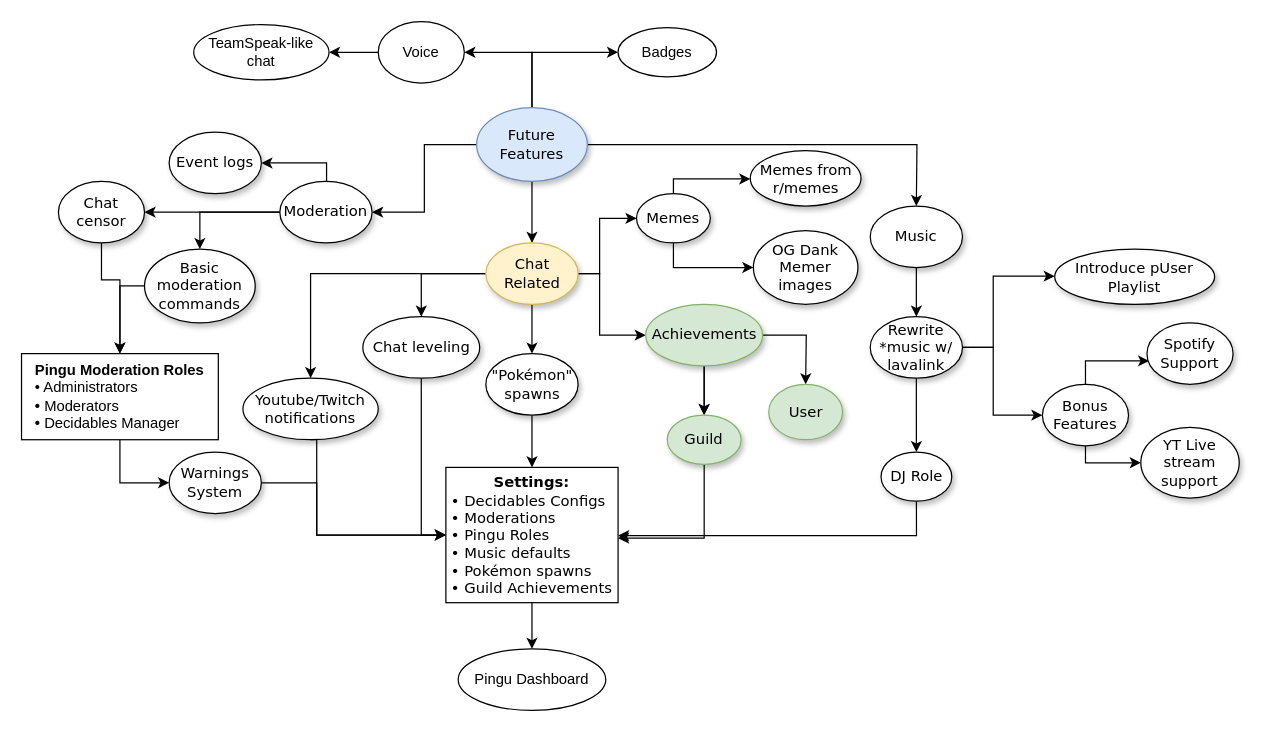
The draw.io diagram Planning/Pingu Plan.drawio in DanielSimonsen90/Pingu--Classic, before the edit. Source tidied: cells renumbered, new cells numbered last; positions are measured from the earlier drawing's top-left corner, leaving out a move shared by most shapes. Both pictures are drawn from the tidied source at 123%, with x=0, y=0 at pixel (21, 21).
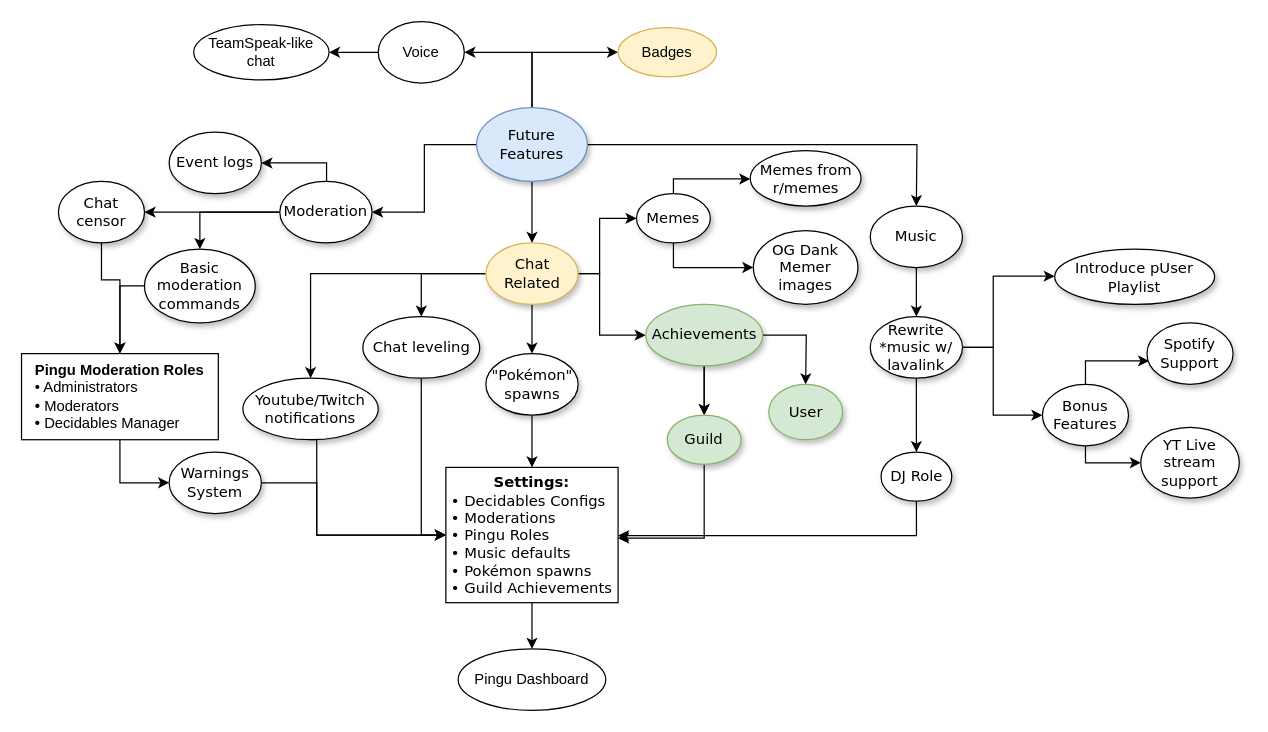
The same diagram, later.

What changed in the source:
```diff
@@
-    <mxCell id="65" value="Badges" style="ellipse;whiteSpace=wrap;html=1;" parent="1" vertex="1">
+    <mxCell id="65" value="Badges" style="ellipse;whiteSpace=wrap;html=1;fillColor=#fff2cc;strokeColor=#d6b656;" parent="1" vertex="1">
       <mxGeometry x="485" y="5" width="80" height="40" as="geometry" />
     </mxCell>
```
